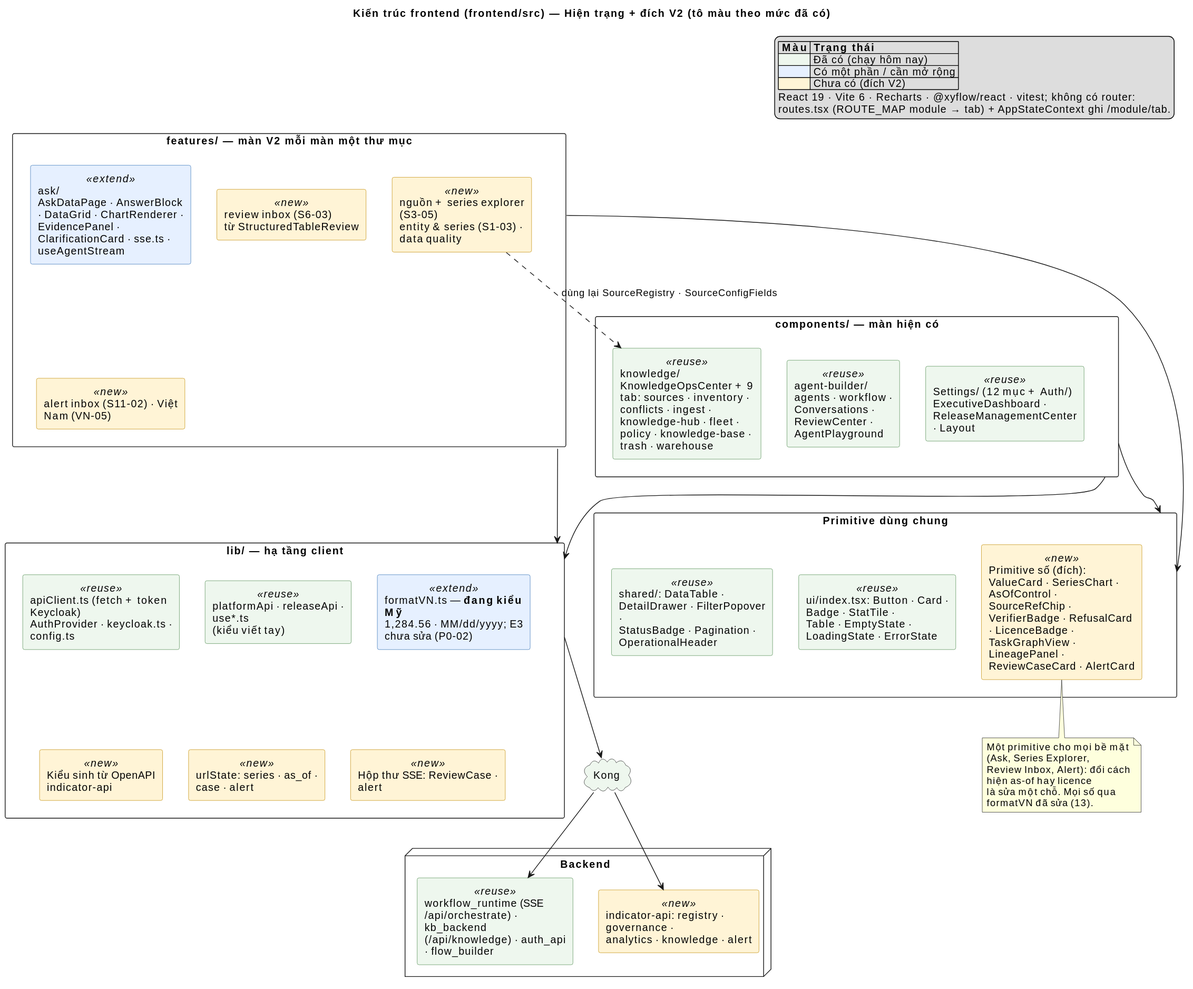
Above: docs/v2/diagrams/23-frontend-arch.svg in affkjuhyt/Data-Agent (PlantUML), before the change.
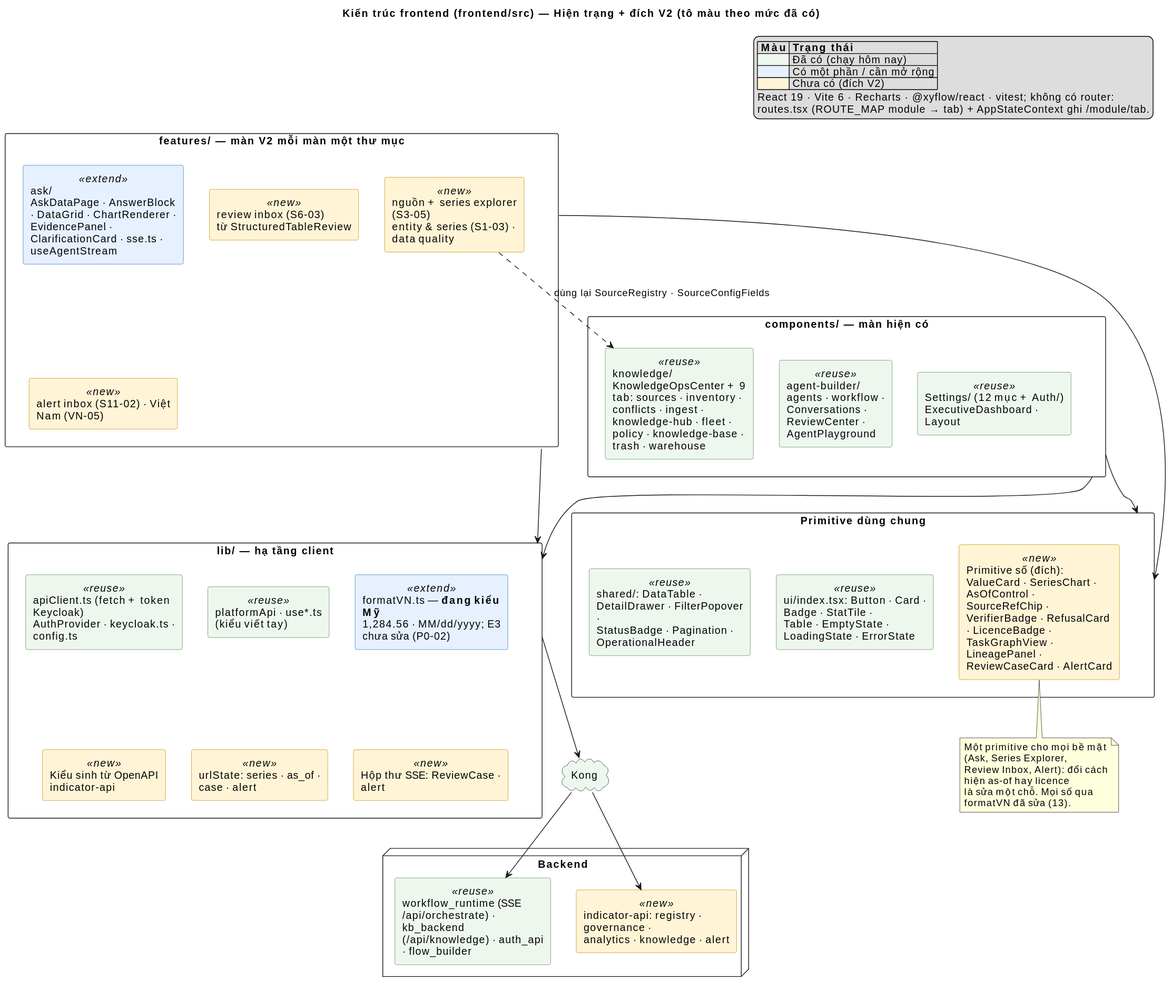
The same file after the commit.

Diff of the diagram source:
```diff
@@ -36,7 +36,7 @@
 package "components/ — màn hiện có" as COMP {
   component "knowledge/\nKnowledgeOpsCenter + 9 tab: sources · inventory ·\nconflicts · ingest · knowledge-hub · fleet ·\npolicy · knowledge-base · trash · warehouse" as CK <<reuse>>
   component "agent-builder/\nagents · workflow · Conversations ·\nReviewCenter · AgentPlayground" as CB <<reuse>>
-  component "Settings/ (12 mục + Auth/)\nExecutiveDashboard · ReleaseManagementCenter · Layout" as CS <<reuse>>
+  component "Settings/ (12 mục + Auth/)\nExecutiveDashboard · Layout" as CS <<reuse>>
 }
 
 package "Primitive dùng chung" as PRIM {
@@ -47,7 +47,7 @@
 
 package "lib/ — hạ tầng client" as LIB {
   component "apiClient.ts (fetch + token Keycloak)\nAuthProvider · keycloak.ts · config.ts" as L1 <<reuse>>
-  component "platformApi · releaseApi · use*.ts\n(kiểu viết tay)" as L2 <<reuse>>
+  component "platformApi · use*.ts\n(kiểu viết tay)" as L2 <<reuse>>
   component "formatVN.ts — **đang kiểu Mỹ**\n1,284.56 · MM/dd/yyyy; E3 chưa sửa (P0-02)" as L3 <<extend>>
   component "Kiểu sinh từ OpenAPI indicator-api" as L4 <<new>>
   component "urlState: series · as_of · case · alert" as L5 <<new>>
```
